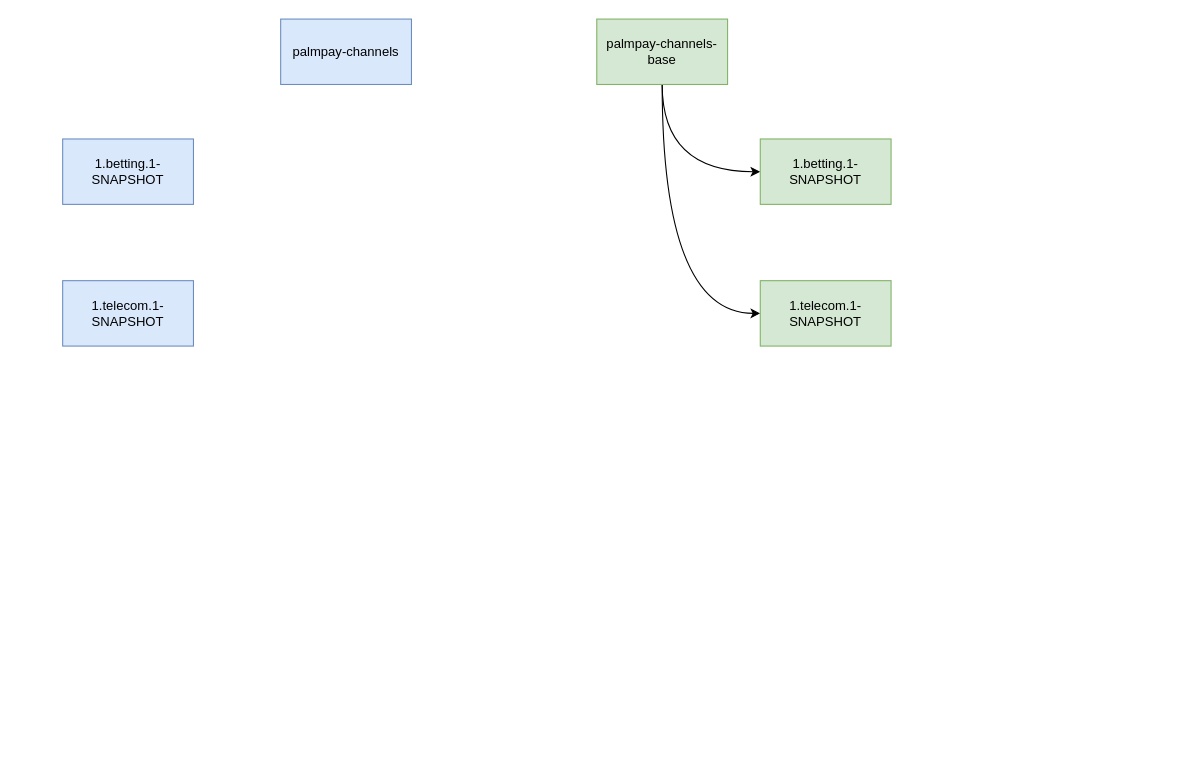
Before: version-control.drawio in catface996/images, a draw.io diagram. Source tidied: cells renumbered, new cells numbered last; positions are measured from the earlier drawing's top-left corner, leaving out a move shared by most shapes. Both pictures are drawn from the tidied source at 109%, with x=0, y=0 at pixel (62, 19).
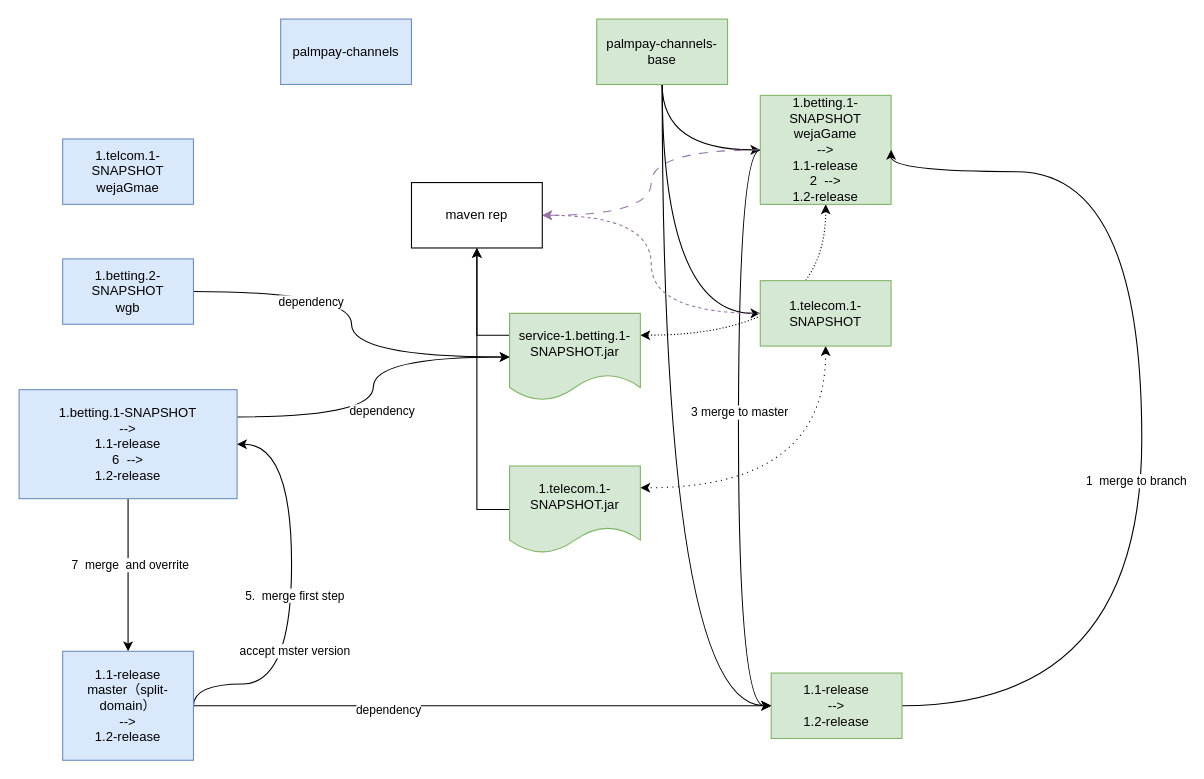
Above is the later version.

Unchanged cells that the change refers to:
```xml
<mxCell id="5" value="palmpay-channels-base" style="rounded=0;whiteSpace=wrap;html=1;fillColor=#d5e8d4;strokeColor=#82b366;" parent="1" vertex="1">
  <mxGeometry x="490" width="120" height="60" as="geometry" />
</mxCell>
<mxCell id="8" value="1.telecom.1-SNAPSHOT" style="rounded=0;whiteSpace=wrap;html=1;fillColor=#d5e8d4;strokeColor=#82b366;" parent="1" vertex="1">
  <mxGeometry x="640" y="240" width="120" height="60" as="geometry" />
</mxCell>
```

Diff of the diagram source:
```diff
@@
+    <mxCell id="10" style="edgeStyle=orthogonalEdgeStyle;rounded=0;jettySize=auto;html=1;entryX=0;entryY=0.5;entryDx=0;entryDy=0;curved=1;exitX=0.5;exitY=1;exitDx=0;exitDy=0;" parent="1" edge="1" source="5" target="31">
+      <mxGeometry relative="1" as="geometry" />
+    </mxCell>
@@
+    <mxCell id="11" style="edgeStyle=orthogonalEdgeStyle;rounded=0;jettySize=auto;html=1;entryX=0;entryY=0.5;entryDx=0;entryDy=0;curved=1;exitX=1;exitY=0.25;exitDx=0;exitDy=0;" parent="1" edge="1" source="9" target="23">
+      <mxGeometry relative="1" as="geometry" />
+    </mxCell>
+    <mxCell id="12" value="dependency" style="edgeLabel;html=1;align=center;verticalAlign=middle;" parent="11" vertex="1">
+      <mxGeometry x="-0.14" y="-7" relative="1" as="geometry" />
+    </mxCell>
-    <mxCell id="6" value="1.betting.1-SNAPSHOT" style="rounded=0;whiteSpace=wrap;html=1;fillColor=#dae8fc;strokeColor=#6c8ebf;" parent="1" vertex="1">
+    <mxCell id="6" value="1.telcom.1-SNAPSHOT&lt;br&gt;wejaGmae" style="rounded=0;whiteSpace=wrap;html=1;fillColor=#dae8fc;strokeColor=#6c8ebf;" parent="1" vertex="1">
       <mxGeometry y="110" width="120" height="60" as="geometry" />
     </mxCell>
+    <mxCell id="13" style="edgeStyle=orthogonalEdgeStyle;rounded=0;jettySize=auto;html=1;entryX=1;entryY=0.5;entryDx=0;entryDy=0;dashed=1;dashPattern=8 8;curved=1;fillColor=#e1d5e7;strokeColor=#9673a6;" parent="1" edge="1" source="7" target="21">
+      <mxGeometry relative="1" as="geometry" />
+    </mxCell>
+    <mxCell id="14" style="edgeStyle=orthogonalEdgeStyle;rounded=0;jettySize=auto;html=1;entryX=1;entryY=0.25;entryDx=0;entryDy=0;curved=1;exitX=0.5;exitY=1;exitDx=0;exitDy=0;dashed=1;dashPattern=1 2;startArrow=classic;startFill=1;" parent="1" edge="1" source="7" target="23">
+      <mxGeometry relative="1" as="geometry" />
+    </mxCell>
+    <mxCell id="15" style="edgeStyle=orthogonalEdgeStyle;rounded=0;jettySize=auto;html=1;entryX=0;entryY=0.5;entryDx=0;entryDy=0;exitX=0;exitY=0.5;exitDx=0;exitDy=0;curved=1;" parent="1" edge="1" source="7" target="31">
+      <mxGeometry relative="1" as="geometry" />
+    </mxCell>
+    <mxCell id="16" value="3 merge to master" style="edgeLabel;html=1;align=center;verticalAlign=middle;" parent="15" vertex="1">
+      <mxGeometry x="-0.13" y="2" relative="1" as="geometry">
+        <mxPoint x="-2" y="16" as="offset" />
+      </mxGeometry>
+    </mxCell>
-    <mxCell id="7" value="1.betting.1-SNAPSHOT" style="rounded=0;whiteSpace=wrap;html=1;fillColor=#d5e8d4;strokeColor=#82b366;" parent="1" vertex="1">
-      <mxGeometry x="640" y="110" width="120" height="60" as="geometry" />
+    <mxCell id="7" value="1.betting.1-SNAPSHOT&lt;br&gt;wejaGame&lt;br&gt;--&amp;gt;&lt;br&gt;1.1-release&lt;br&gt;2&amp;nbsp; --&amp;gt;&lt;br&gt;1.2-release" style="rounded=0;whiteSpace=wrap;html=1;fillColor=#d5e8d4;strokeColor=#82b366;" parent="1" vertex="1">
+      <mxGeometry x="640" y="70" width="120" height="100" as="geometry" />
     </mxCell>
+    <mxCell id="17" style="edgeStyle=orthogonalEdgeStyle;rounded=0;jettySize=auto;html=1;entryX=1;entryY=0.5;entryDx=0;entryDy=0;curved=1;dashed=1;fillColor=#e1d5e7;strokeColor=#9673a6;" parent="1" edge="1" source="8" target="21">
+      <mxGeometry relative="1" as="geometry" />
+    </mxCell>
+    <mxCell id="18" style="edgeStyle=orthogonalEdgeStyle;rounded=0;jettySize=auto;html=1;entryX=1;entryY=0.25;entryDx=0;entryDy=0;exitX=0.5;exitY=1;exitDx=0;exitDy=0;curved=1;dashed=1;dashPattern=1 4;startArrow=classic;startFill=1;" parent="1" edge="1" source="8" target="25">
+      <mxGeometry relative="1" as="geometry" />
+    </mxCell>
@@
+    <mxCell id="19" style="edgeStyle=orthogonalEdgeStyle;rounded=0;jettySize=auto;html=1;entryX=0.5;entryY=0;entryDx=0;entryDy=0;" parent="1" edge="1" source="9" target="37">
+      <mxGeometry relative="1" as="geometry" />
+    </mxCell>
+    <mxCell id="20" value="7&amp;nbsp; merge&amp;nbsp; and overrite" style="edgeLabel;html=1;align=center;verticalAlign=middle;" parent="19" vertex="1">
+      <mxGeometry x="-0.14" y="1" relative="1" as="geometry" />
+    </mxCell>
-    <mxCell id="9" value="1.telecom.1-SNAPSHOT" style="rounded=0;whiteSpace=wrap;html=1;fillColor=#dae8fc;strokeColor=#6c8ebf;" parent="1" vertex="1">
-      <mxGeometry y="240" width="120" height="60" as="geometry" />
+    <mxCell id="9" value="1.betting.1-SNAPSHOT&lt;br&gt;--&amp;gt;&lt;br&gt;1.1-release&lt;br&gt;6&amp;nbsp; --&amp;gt;&lt;br&gt;1.2-release" style="rounded=0;whiteSpace=wrap;html=1;fillColor=#dae8fc;strokeColor=#6c8ebf;" parent="1" vertex="1">
+      <mxGeometry x="-40" y="340" width="200" height="100" as="geometry" />
     </mxCell>
+    <mxCell id="21" value="maven rep" style="rounded=0;whiteSpace=wrap;html=1;" parent="1" vertex="1">
+      <mxGeometry x="320" y="150" width="120" height="60" as="geometry" />
+    </mxCell>
+    <mxCell id="22" style="edgeStyle=orthogonalEdgeStyle;rounded=0;jettySize=auto;html=1;entryX=0.5;entryY=1;entryDx=0;entryDy=0;exitX=0;exitY=0.25;exitDx=0;exitDy=0;" parent="1" edge="1" source="23" target="21">
+      <mxGeometry relative="1" as="geometry" />
+    </mxCell>
+    <mxCell id="23" value="service-1.betting.1-SNAPSHOT.jar" style="shape=document;whiteSpace=wrap;html=1;boundedLbl=1;fillColor=#d5e8d4;strokeColor=#82b366;" parent="1" vertex="1">
+      <mxGeometry x="410" y="270" width="120" height="80" as="geometry" />
+    </mxCell>
+    <mxCell id="24" style="edgeStyle=orthogonalEdgeStyle;rounded=0;jettySize=auto;html=1;entryX=0.5;entryY=1;entryDx=0;entryDy=0;exitX=0;exitY=0.5;exitDx=0;exitDy=0;" parent="1" edge="1" source="25" target="21">
+      <mxGeometry relative="1" as="geometry" />
+    </mxCell>
+    <mxCell id="25" value="1.telecom.1-SNAPSHOT.jar" style="shape=document;whiteSpace=wrap;html=1;boundedLbl=1;fillColor=#d5e8d4;strokeColor=#82b366;" parent="1" vertex="1">
+      <mxGeometry x="410" y="410" width="120" height="80" as="geometry" />
+    </mxCell>
+    <mxCell id="26" style="edgeStyle=orthogonalEdgeStyle;rounded=0;jettySize=auto;html=1;entryX=0;entryY=0.5;entryDx=0;entryDy=0;curved=1;" parent="1" edge="1" source="28" target="23">
+      <mxGeometry relative="1" as="geometry" />
+    </mxCell>
+    <mxCell id="27" value="dependency" style="edgeLabel;html=1;align=center;verticalAlign=middle;" parent="26" vertex="1">
+      <mxGeometry x="-0.39" y="-9" relative="1" as="geometry" />
+    </mxCell>
+    <mxCell id="28" value="1.betting.2-SNAPSHOT&lt;br&gt;wgb" style="rounded=0;whiteSpace=wrap;html=1;fillColor=#dae8fc;strokeColor=#6c8ebf;" parent="1" vertex="1">
+      <mxGeometry y="220" width="120" height="60" as="geometry" />
+    </mxCell>
+    <mxCell id="29" style="edgeStyle=orthogonalEdgeStyle;rounded=0;jettySize=auto;html=1;entryX=1;entryY=0.5;entryDx=0;entryDy=0;curved=1;" parent="1" edge="1" source="31" target="7">
+      <mxGeometry relative="1" as="geometry">
+        <Array as="points">
+          <mxPoint x="990" y="630" />
+          <mxPoint x="990" y="140" />
+        </Array>
+      </mxGeometry>
+    </mxCell>
+    <mxCell id="30" value="1&amp;nbsp; merge to branch" style="edgeLabel;html=1;align=center;verticalAlign=middle;" parent="29" vertex="1">
+      <mxGeometry x="-0.11" y="6" relative="1" as="geometry" />
+    </mxCell>
+    <mxCell id="31" value="1.1-release&lt;br&gt;--&amp;gt;&lt;br&gt;1.2-release" style="rounded=0;whiteSpace=wrap;html=1;fillColor=#d5e8d4;strokeColor=#82b366;" parent="1" vertex="1">
+      <mxGeometry x="650" y="600" width="120" height="60" as="geometry" />
+    </mxCell>
+    <mxCell id="32" style="edgeStyle=orthogonalEdgeStyle;rounded=0;jettySize=auto;html=1;entryX=0;entryY=0.5;entryDx=0;entryDy=0;curved=1;" parent="1" edge="1" source="37" target="31">
+      <mxGeometry relative="1" as="geometry" />
+    </mxCell>
+    <mxCell id="33" value="dependency" style="edgeLabel;html=1;align=center;verticalAlign=middle;" parent="32" vertex="1">
+      <mxGeometry x="-0.33" y="-3" relative="1" as="geometry" />
+    </mxCell>
+    <mxCell id="34" style="edgeStyle=orthogonalEdgeStyle;rounded=0;jettySize=auto;html=1;entryX=1;entryY=0.5;entryDx=0;entryDy=0;exitX=1;exitY=0.5;exitDx=0;exitDy=0;curved=1;" parent="1" edge="1" source="37" target="9">
+      <mxGeometry relative="1" as="geometry">
+        <Array as="points">
+          <mxPoint x="210" y="610" />
+          <mxPoint x="210" y="390" />
+        </Array>
+      </mxGeometry>
+    </mxCell>
+    <mxCell id="35" value="5.&amp;nbsp; merge first step" style="edgeLabel;html=1;align=center;verticalAlign=middle;" parent="34" vertex="1">
+      <mxGeometry x="0.01" y="-2" relative="1" as="geometry" />
+    </mxCell>
+    <mxCell id="36" value="accept mster version" style="edgeLabel;html=1;align=center;verticalAlign=middle;" parent="34" vertex="1">
+      <mxGeometry x="-0.26" y="-2" relative="1" as="geometry" />
+    </mxCell>
+    <mxCell id="37" value="1.1-release&lt;br&gt;master（split-domain）&lt;br&gt;--&amp;gt;&lt;br&gt;1.2-release" style="rounded=0;whiteSpace=wrap;html=1;fillColor=#dae8fc;strokeColor=#6c8ebf;" parent="1" vertex="1">
+      <mxGeometry y="580" width="120" height="100" as="geometry" />
+    </mxCell>
```
